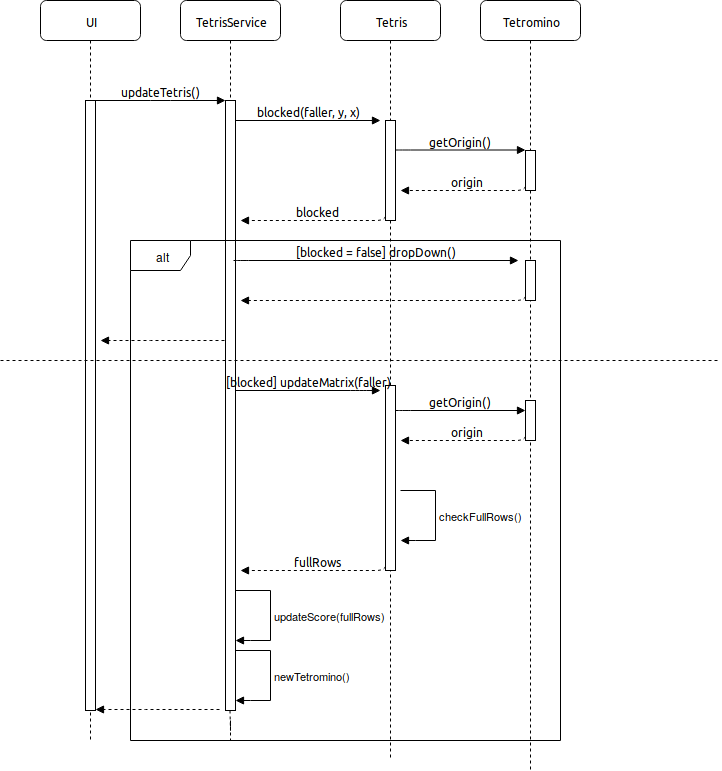
Earlier version of the draw.io export dokumentaatio/kuvat/sekvenssi1.png (Malpel/ot-harjoitustyo). Source tidied: cells renumbered, new cells last; positions are measured from the earlier drawing's top-left corner, leaving out a move shared by most shapes.
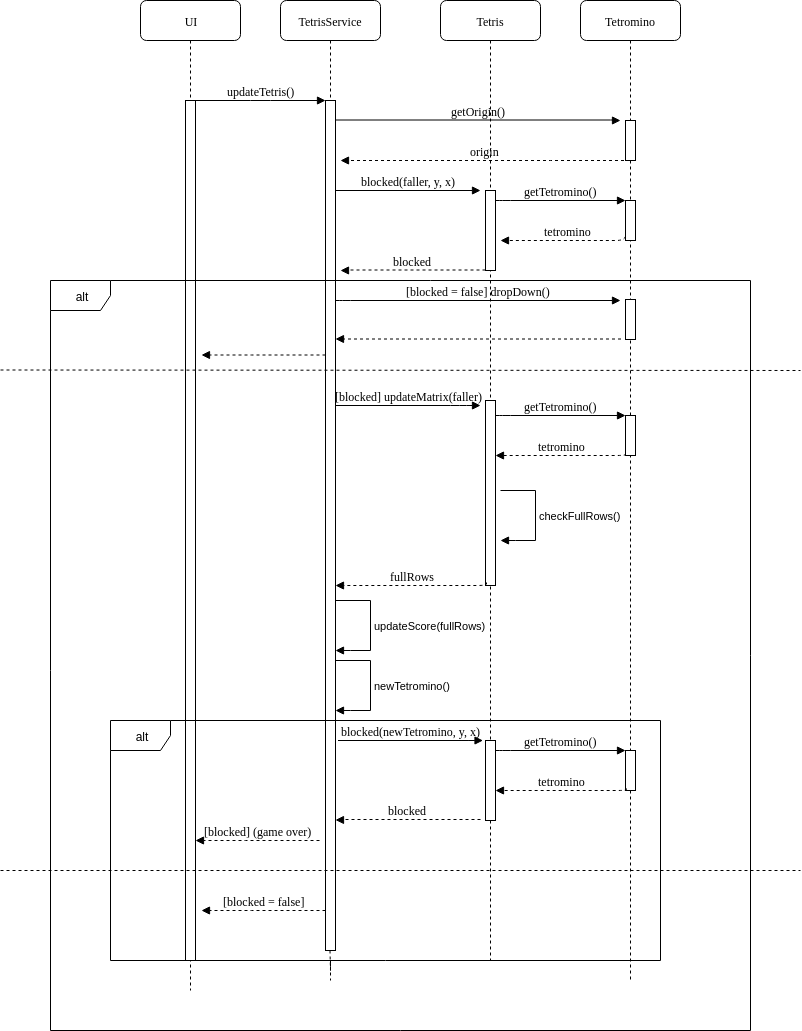
Later version of the same file.

Diff of the diagram source:
```diff
@@ -6,3 +6,3 @@
       <mxGeometry relative="1" as="geometry">
-        <mxPoint x="230" y="740" as="targetPoint" />
+        <mxPoint x="230" y="980" as="targetPoint" />
       </mxGeometry>
@@ -10,30 +10,24 @@
     <mxCell id="3" value="TetrisService" style="shape=umlLifeline;perimeter=lifelinePerimeter;whiteSpace=wrap;html=1;outlineConnect=0;rounded=1;shadow=0;comic=0;labelBackgroundColor=none;strokeColor=#000000;strokeWidth=1;fillColor=#FFFFFF;fontFamily=Verdana;fontSize=12;fontColor=#000000;align=center;" parent="1" vertex="1">
-      <mxGeometry x="180" width="100" height="710" as="geometry" />
+      <mxGeometry x="180" width="100" height="950" as="geometry" />
     </mxCell>
     <mxCell id="4" style="html=1;points=[];perimeter=orthogonalPerimeter;rounded=0;shadow=0;comic=0;labelBackgroundColor=none;strokeColor=#000000;strokeWidth=1;fillColor=#FFFFFF;fontFamily=Verdana;fontSize=12;fontColor=#000000;align=center;" parent="3" vertex="1">
-      <mxGeometry x="45" y="100" width="10" height="610" as="geometry" />
+      <mxGeometry x="45" y="100" width="10" height="850" as="geometry" />
     </mxCell>
-    <mxCell id="5" style="html=1;verticalAlign=bottom;endArrow=block;labelBackgroundColor=none;fontFamily=Verdana;fontSize=12;edgeStyle=elbowEdgeStyle;elbow=vertical;dashed=1;" parent="3" edge="1">
-      <mxGeometry relative="1" as="geometry">
-        <mxPoint x="44" y="340" as="sourcePoint" />
-        <mxPoint x="-80" y="340" as="targetPoint" />
-        <Array as="points">
-          <mxPoint x="-20" y="340" />
-        </Array>
-      </mxGeometry>
-    </mxCell>
     <mxCell id="6" value="Tetris" style="shape=umlLifeline;perimeter=lifelinePerimeter;whiteSpace=wrap;html=1;rounded=1;shadow=0;comic=0;labelBackgroundColor=none;strokeColor=#000000;strokeWidth=1;fillColor=#FFFFFF;fontFamily=Verdana;fontSize=12;fontColor=#000000;align=center;" parent="1" vertex="1">
-      <mxGeometry x="340" width="100" height="760" as="geometry" />
+      <mxGeometry x="340" width="100" height="960" as="geometry" />
     </mxCell>
+    <mxCell id="8" style="html=1;points=[];perimeter=orthogonalPerimeter;rounded=0;shadow=0;comic=0;labelBackgroundColor=none;strokeColor=#000000;strokeWidth=1;fillColor=#FFFFFF;fontFamily=Verdana;fontSize=12;fontColor=#000000;align=center;" parent="6" vertex="1">
+      <mxGeometry x="45" y="400" width="10" height="185" as="geometry" />
+    </mxCell>
     <mxCell id="7" style="html=1;perimeter=orthogonalPerimeter;rounded=0;shadow=0;comic=0;labelBackgroundColor=none;strokeColor=#000000;strokeWidth=1;fillColor=#FFFFFF;fontFamily=Verdana;fontSize=12;fontColor=#000000;align=center;" parent="6" vertex="1">
-      <mxGeometry x="45" y="120" width="10" height="100" as="geometry" />
+      <mxGeometry x="45" y="190" width="10" height="80" as="geometry" />
     </mxCell>
-    <mxCell id="8" style="html=1;points=[];perimeter=orthogonalPerimeter;rounded=0;shadow=0;comic=0;labelBackgroundColor=none;strokeColor=#000000;strokeWidth=1;fillColor=#FFFFFF;fontFamily=Verdana;fontSize=12;fontColor=#000000;align=center;" parent="6" vertex="1">
-      <mxGeometry x="45" y="385" width="10" height="185" as="geometry" />
-    </mxCell>
+    <mxCell id="32" style="html=1;perimeter=orthogonalPerimeter;rounded=0;shadow=0;comic=0;labelBackgroundColor=none;strokeColor=#000000;strokeWidth=1;fillColor=#FFFFFF;fontFamily=Verdana;fontSize=12;fontColor=#000000;align=center;" parent="6" vertex="1">
+      <mxGeometry x="45" y="740" width="10" height="80" as="geometry" />
+    </mxCell>
     <mxCell id="9" value="UI" style="shape=umlLifeline;perimeter=lifelinePerimeter;whiteSpace=wrap;html=1;rounded=1;shadow=0;comic=0;labelBackgroundColor=none;strokeColor=#000000;strokeWidth=1;fillColor=#FFFFFF;fontFamily=Verdana;fontSize=12;fontColor=#000000;align=center;" parent="1" vertex="1">
-      <mxGeometry x="40" width="100" height="740" as="geometry" />
+      <mxGeometry x="40" width="100" height="990" as="geometry" />
     </mxCell>
     <mxCell id="10" style="html=1;points=[];perimeter=orthogonalPerimeter;rounded=0;shadow=0;comic=0;labelBackgroundColor=none;strokeColor=#000000;strokeWidth=1;fillColor=#FFFFFF;fontFamily=Verdana;fontSize=12;fontColor=#000000;align=center;" parent="9" vertex="1">
-      <mxGeometry x="45" y="100" width="10" height="610" as="geometry" />
+      <mxGeometry x="45" y="100" width="10" height="860" as="geometry" />
     </mxCell>
@@ -44,4 +38,4 @@
       <mxGeometry relative="1" as="geometry">
-        <mxPoint x="235" y="120" as="sourcePoint" />
-        <mxPoint x="380" y="120" as="targetPoint" />
+        <mxPoint x="235" y="190" as="sourcePoint" />
+        <mxPoint x="380" y="190" as="targetPoint" />
       </mxGeometry>
@@ -50,6 +44,6 @@
       <mxGeometry relative="1" as="geometry">
-        <mxPoint x="395" y="149.5" as="sourcePoint" />
-        <mxPoint x="525" y="149.5" as="targetPoint" />
+        <mxPoint x="235" y="119.5" as="sourcePoint" />
+        <mxPoint x="520" y="120" as="targetPoint" />
         <Array as="points">
-          <mxPoint x="400" y="149.5" />
+          <mxPoint x="240" y="119.5" />
         </Array>
@@ -58,19 +52,27 @@
     <mxCell id="14" value="Tetromino" style="shape=umlLifeline;perimeter=lifelinePerimeter;whiteSpace=wrap;html=1;outlineConnect=0;rounded=1;shadow=0;comic=0;labelBackgroundColor=none;strokeColor=#000000;strokeWidth=1;fillColor=#FFFFFF;fontFamily=Verdana;fontSize=12;fontColor=#000000;align=center;" parent="1" vertex="1">
-      <mxGeometry x="480" width="100" height="770" as="geometry" />
+      <mxGeometry x="480" width="100" height="980" as="geometry" />
     </mxCell>
     <mxCell id="15" style="html=1;perimeter=orthogonalPerimeter;rounded=0;shadow=0;comic=0;labelBackgroundColor=none;strokeColor=#000000;strokeWidth=1;fillColor=#FFFFFF;fontFamily=Verdana;fontSize=12;fontColor=#000000;align=center;" parent="14" vertex="1">
-      <mxGeometry x="45" y="150" width="10" height="40" as="geometry" />
+      <mxGeometry x="45" y="200" width="10" height="40" as="geometry" />
     </mxCell>
+    <mxCell id="17" style="html=1;points=[];perimeter=orthogonalPerimeter;rounded=0;shadow=0;comic=0;labelBackgroundColor=none;strokeColor=#000000;strokeWidth=1;fillColor=#FFFFFF;fontFamily=Verdana;fontSize=12;fontColor=#000000;align=center;" parent="14" vertex="1">
+      <mxGeometry x="45" y="415" width="10" height="40" as="geometry" />
+    </mxCell>
+    <mxCell id="33" style="html=1;perimeter=orthogonalPerimeter;rounded=0;shadow=0;comic=0;labelBackgroundColor=none;strokeColor=#000000;strokeWidth=1;fillColor=#FFFFFF;fontFamily=Verdana;fontSize=12;fontColor=#000000;align=center;" parent="14" vertex="1">
+      <mxGeometry x="45" y="120" width="10" height="40" as="geometry" />
+    </mxCell>
     <mxCell id="16" style="html=1;perimeter=orthogonalPerimeter;rounded=0;shadow=0;comic=0;labelBackgroundColor=none;strokeColor=#000000;strokeWidth=1;fillColor=#FFFFFF;fontFamily=Verdana;fontSize=12;fontColor=#000000;align=center;" parent="14" vertex="1">
-      <mxGeometry x="45" y="260" width="10" height="40" as="geometry" />
+      <mxGeometry x="45" y="299" width="10" height="40" as="geometry" />
     </mxCell>
-    <mxCell id="17" style="html=1;points=[];perimeter=orthogonalPerimeter;rounded=0;shadow=0;comic=0;labelBackgroundColor=none;strokeColor=#000000;strokeWidth=1;fillColor=#FFFFFF;fontFamily=Verdana;fontSize=12;fontColor=#000000;align=center;" parent="14" vertex="1">
-      <mxGeometry x="45" y="400" width="10" height="40" as="geometry" />
-    </mxCell>
+    <mxCell id="34" style="html=1;points=[];perimeter=orthogonalPerimeter;rounded=0;shadow=0;comic=0;labelBackgroundColor=none;strokeColor=#000000;strokeWidth=1;fillColor=#FFFFFF;fontFamily=Verdana;fontSize=12;fontColor=#000000;align=center;" parent="14" vertex="1">
+      <mxGeometry x="45" y="750" width="10" height="40" as="geometry" />
+    </mxCell>
-    <mxCell id="18" value="origin" style="html=1;verticalAlign=bottom;endArrow=block;labelBackgroundColor=none;fontFamily=Verdana;fontSize=12;edgeStyle=elbowEdgeStyle;elbow=vertical;dashed=1;" parent="1" edge="1">
+    <mxCell id="18" value="origin" style="html=1;verticalAlign=bottom;endArrow=block;labelBackgroundColor=none;fontFamily=Verdana;fontSize=12;edgeStyle=elbowEdgeStyle;elbow=vertical;dashed=1;" parent="1" edge="1" source="14">
       <mxGeometry relative="1" as="geometry">
-        <mxPoint x="525" y="180" as="sourcePoint" />
-        <mxPoint x="400" y="190" as="targetPoint" />
+        <mxPoint x="240" y="160" as="targetPoint" />
         <Array as="points">
-          <mxPoint x="310" y="190" />
+          <mxPoint x="440" y="160" />
+          <mxPoint x="460" y="160" />
+          <mxPoint x="440" y="160" />
+          <mxPoint x="250" y="165" />
         </Array>
@@ -80,6 +82,6 @@
       <mxGeometry relative="1" as="geometry">
-        <mxPoint x="385" y="210" as="sourcePoint" />
-        <mxPoint x="240" y="220" as="targetPoint" />
+        <mxPoint x="385" y="269.5" as="sourcePoint" />
+        <mxPoint x="240" y="270" as="targetPoint" />
         <Array as="points">
-          <mxPoint x="170" y="220" />
+          <mxPoint x="170" y="269.5" />
         </Array>
@@ -89,6 +91,6 @@
       <mxGeometry relative="1" as="geometry">
-        <mxPoint x="233" y="260" as="sourcePoint" />
-        <mxPoint x="518" y="260" as="targetPoint" />
+        <mxPoint x="235" y="300" as="sourcePoint" />
+        <mxPoint x="520" y="300" as="targetPoint" />
         <Array as="points">
-          <mxPoint x="238" y="260" />
+          <mxPoint x="240" y="300" />
         </Array>
@@ -98,6 +100,6 @@
       <mxGeometry relative="1" as="geometry">
-        <mxPoint x="525" y="290" as="sourcePoint" />
-        <mxPoint x="240" y="300" as="targetPoint" />
+        <mxPoint x="520.5" y="338.5" as="sourcePoint" />
+        <mxPoint x="235" y="338.5" as="targetPoint" />
         <Array as="points">
-          <mxPoint x="310" y="300" />
+          <mxPoint x="305" y="338.5" />
         </Array>
@@ -106,3 +108,3 @@
     <mxCell id="22" value="alt" style="shape=umlFrame;whiteSpace=wrap;html=1;" parent="1" vertex="1">
-      <mxGeometry x="130" y="240" width="430" height="500" as="geometry" />
+      <mxGeometry x="-50" y="280" width="700" height="750" as="geometry" />
     </mxCell>
@@ -110,8 +112,8 @@
       <mxGeometry relative="1" as="geometry">
-        <mxPoint x="235" y="390" as="sourcePoint" />
-        <mxPoint x="380" y="390" as="targetPoint" />
+        <mxPoint x="235" y="405" as="sourcePoint" />
+        <mxPoint x="380" y="405" as="targetPoint" />
         <Array as="points">
-          <mxPoint x="360" y="390" />
-          <mxPoint x="320" y="410" />
-          <mxPoint x="240" y="360" />
+          <mxPoint x="360" y="405" />
+          <mxPoint x="320" y="425" />
+          <mxPoint x="240" y="375" />
         </Array>
@@ -119,20 +121,2 @@
     </mxCell>
-    <mxCell id="24" value="getOrigin()" style="html=1;verticalAlign=bottom;endArrow=block;labelBackgroundColor=none;fontFamily=Verdana;fontSize=12;edgeStyle=elbowEdgeStyle;elbow=vertical;" parent="1" edge="1">
-      <mxGeometry relative="1" as="geometry">
-        <mxPoint x="395" y="410" as="sourcePoint" />
-        <mxPoint x="525" y="410" as="targetPoint" />
-        <Array as="points">
-          <mxPoint x="400" y="410" />
-        </Array>
-      </mxGeometry>
-    </mxCell>
-    <mxCell id="25" value="origin" style="html=1;verticalAlign=bottom;endArrow=block;labelBackgroundColor=none;fontFamily=Verdana;fontSize=12;edgeStyle=elbowEdgeStyle;elbow=vertical;dashed=1;" parent="1" edge="1">
-      <mxGeometry relative="1" as="geometry">
-        <mxPoint x="525" y="430" as="sourcePoint" />
-        <mxPoint x="400" y="440" as="targetPoint" />
-        <Array as="points">
-          <mxPoint x="310" y="440" />
-        </Array>
-      </mxGeometry>
-    </mxCell>
     <mxCell id="26" value="checkFullRows()" style="edgeStyle=orthogonalEdgeStyle;html=1;align=left;spacingLeft=2;endArrow=block;rounded=0;" parent="1" edge="1">
@@ -148,8 +132,7 @@
     </mxCell>
-    <mxCell id="27" value="fullRows" style="html=1;verticalAlign=bottom;endArrow=block;labelBackgroundColor=none;fontFamily=Verdana;fontSize=12;edgeStyle=elbowEdgeStyle;elbow=vertical;dashed=1;" parent="1" edge="1">
+    <mxCell id="27" value="fullRows" style="html=1;verticalAlign=bottom;endArrow=block;labelBackgroundColor=none;fontFamily=Verdana;fontSize=12;edgeStyle=elbowEdgeStyle;elbow=vertical;dashed=1;exitX=0.1;exitY=0.984;exitDx=0;exitDy=0;exitPerimeter=0;" parent="1" edge="1" source="8">
       <mxGeometry relative="1" as="geometry">
-        <mxPoint x="385" y="560" as="sourcePoint" />
-        <mxPoint x="240" y="570" as="targetPoint" />
+        <mxPoint x="235" y="585" as="targetPoint" />
         <Array as="points">
-          <mxPoint x="170" y="570" />
+          <mxPoint x="165" y="585" />
         </Array>
@@ -159,8 +142,8 @@
       <mxGeometry relative="1" as="geometry">
-        <mxPoint x="235" y="590" as="sourcePoint" />
-        <mxPoint x="235" y="640" as="targetPoint" />
+        <mxPoint x="235" y="600" as="sourcePoint" />
+        <mxPoint x="235" y="650" as="targetPoint" />
         <Array as="points">
-          <mxPoint x="270" y="590" />
-          <mxPoint x="270" y="640" />
-          <mxPoint x="250" y="640" />
+          <mxPoint x="270" y="600" />
+          <mxPoint x="270" y="650" />
+          <mxPoint x="250" y="650" />
         </Array>
@@ -170,8 +153,8 @@
       <mxGeometry relative="1" as="geometry">
-        <mxPoint x="235" y="650" as="sourcePoint" />
-        <mxPoint x="235" y="700" as="targetPoint" />
+        <mxPoint x="235" y="660" as="sourcePoint" />
+        <mxPoint x="235" y="710" as="targetPoint" />
         <Array as="points">
-          <mxPoint x="270" y="650" />
-          <mxPoint x="270" y="700" />
-          <mxPoint x="250" y="700" />
+          <mxPoint x="270" y="660" />
+          <mxPoint x="270" y="710" />
+          <mxPoint x="250" y="710" />
         </Array>
@@ -179,8 +162,8 @@
     </mxCell>
-    <mxCell id="30" style="html=1;verticalAlign=bottom;endArrow=block;labelBackgroundColor=none;fontFamily=Verdana;fontSize=12;edgeStyle=elbowEdgeStyle;elbow=vertical;dashed=1;" parent="1" edge="1">
+    <mxCell id="30" value="[blocked] (game over)" style="html=1;verticalAlign=bottom;endArrow=block;labelBackgroundColor=none;fontFamily=Verdana;fontSize=12;edgeStyle=elbowEdgeStyle;elbow=vertical;dashed=1;" parent="1" edge="1">
       <mxGeometry relative="1" as="geometry">
-        <mxPoint x="219" y="709" as="sourcePoint" />
-        <mxPoint x="95" y="709" as="targetPoint" />
+        <mxPoint x="219" y="840" as="sourcePoint" />
+        <mxPoint x="95" y="840" as="targetPoint" />
         <Array as="points">
-          <mxPoint x="155" y="709" />
+          <mxPoint x="155" y="840" />
         </Array>
@@ -190,6 +173,105 @@
       <mxGeometry relative="1" as="geometry">
-        <mxPoint y="360" as="sourcePoint" />
-        <mxPoint x="720" y="360" as="targetPoint" />
+        <mxPoint x="-100" y="369.5" as="sourcePoint" />
+        <mxPoint x="700" y="370" as="targetPoint" />
       </mxGeometry>
     </mxCell>
+    <mxCell id="35" value="getTetromino()" style="html=1;verticalAlign=bottom;endArrow=block;labelBackgroundColor=none;fontFamily=Verdana;fontSize=12;edgeStyle=elbowEdgeStyle;elbow=vertical;" parent="1" edge="1">
+      <mxGeometry relative="1" as="geometry">
+        <mxPoint x="395" y="200" as="sourcePoint" />
+        <mxPoint x="525" y="200" as="targetPoint" />
+        <Array as="points">
+          <mxPoint x="400" y="200" />
+        </Array>
+      </mxGeometry>
+    </mxCell>
+    <mxCell id="36" value="tetromino" style="html=1;verticalAlign=bottom;endArrow=block;labelBackgroundColor=none;fontFamily=Verdana;fontSize=12;edgeStyle=elbowEdgeStyle;elbow=vertical;dashed=1;" parent="1" edge="1">
+      <mxGeometry relative="1" as="geometry">
+        <mxPoint x="525" y="230" as="sourcePoint" />
+        <mxPoint x="400" y="240" as="targetPoint" />
+        <Array as="points">
+          <mxPoint x="310" y="240" />
+        </Array>
+      </mxGeometry>
+    </mxCell>
+    <mxCell id="5" style="html=1;verticalAlign=bottom;endArrow=block;labelBackgroundColor=none;fontFamily=Verdana;fontSize=12;edgeStyle=elbowEdgeStyle;elbow=vertical;dashed=1;" parent="1" edge="1">
+      <mxGeometry relative="1" as="geometry">
+        <mxPoint x="225" y="354.5" as="sourcePoint" />
+        <mxPoint x="101" y="354.5" as="targetPoint" />
+        <Array as="points">
+          <mxPoint x="161" y="354.5" />
+        </Array>
+      </mxGeometry>
+    </mxCell>
+    <mxCell id="37" value="getTetromino()" style="html=1;verticalAlign=bottom;endArrow=block;labelBackgroundColor=none;fontFamily=Verdana;fontSize=12;edgeStyle=elbowEdgeStyle;elbow=vertical;" parent="1" edge="1">
+      <mxGeometry relative="1" as="geometry">
+        <mxPoint x="395" y="415" as="sourcePoint" />
+        <mxPoint x="525" y="415" as="targetPoint" />
+        <Array as="points">
+          <mxPoint x="400" y="415" />
+        </Array>
+      </mxGeometry>
+    </mxCell>
+    <mxCell id="38" value="tetromino" style="html=1;verticalAlign=bottom;endArrow=block;labelBackgroundColor=none;fontFamily=Verdana;fontSize=12;edgeStyle=elbowEdgeStyle;elbow=vertical;dashed=1;exitX=0;exitY=0.95;exitDx=0;exitDy=0;exitPerimeter=0;" parent="1" edge="1" source="17">
+      <mxGeometry relative="1" as="geometry">
+        <mxPoint x="395" y="455" as="targetPoint" />
+        <Array as="points">
+          <mxPoint x="305" y="455" />
+        </Array>
+      </mxGeometry>
+    </mxCell>
+    <mxCell id="39" value="blocked(newTetromino, y, x)" style="html=1;verticalAlign=bottom;endArrow=block;labelBackgroundColor=none;fontFamily=Verdana;fontSize=12;edgeStyle=elbowEdgeStyle;elbow=vertical;" parent="1" edge="1">
+      <mxGeometry relative="1" as="geometry">
+        <mxPoint x="237.5" y="740" as="sourcePoint" />
+        <mxPoint x="382.5" y="740" as="targetPoint" />
+        <Array as="points">
+          <mxPoint x="362.5" y="740" />
+          <mxPoint x="322.5" y="760" />
+          <mxPoint x="242.5" y="710" />
+        </Array>
+      </mxGeometry>
+    </mxCell>
+    <mxCell id="40" value="getTetromino()" style="html=1;verticalAlign=bottom;endArrow=block;labelBackgroundColor=none;fontFamily=Verdana;fontSize=12;edgeStyle=elbowEdgeStyle;elbow=vertical;" parent="1" edge="1">
+      <mxGeometry relative="1" as="geometry">
+        <mxPoint x="395" y="750" as="sourcePoint" />
+        <mxPoint x="525" y="750" as="targetPoint" />
+        <Array as="points">
+          <mxPoint x="400" y="750" />
+        </Array>
+      </mxGeometry>
+    </mxCell>
+    <mxCell id="41" value="tetromino" style="html=1;verticalAlign=bottom;endArrow=block;labelBackgroundColor=none;fontFamily=Verdana;fontSize=12;edgeStyle=elbowEdgeStyle;elbow=vertical;dashed=1;exitX=0.1;exitY=0.95;exitDx=0;exitDy=0;exitPerimeter=0;" parent="1" edge="1" source="34">
+      <mxGeometry relative="1" as="geometry">
+        <mxPoint x="395" y="790" as="targetPoint" />
+        <Array as="points">
+          <mxPoint x="305" y="790" />
+        </Array>
+      </mxGeometry>
+    </mxCell>
+    <mxCell id="42" value="blocked" style="html=1;verticalAlign=bottom;endArrow=block;labelBackgroundColor=none;fontFamily=Verdana;fontSize=12;edgeStyle=elbowEdgeStyle;elbow=vertical;dashed=1;" parent="1" edge="1">
+      <mxGeometry relative="1" as="geometry">
+        <mxPoint x="380" y="819" as="sourcePoint" />
+        <mxPoint x="235" y="819.5" as="targetPoint" />
+        <Array as="points">
+          <mxPoint x="165" y="819" />
+        </Array>
+      </mxGeometry>
+    </mxCell>
+    <mxCell id="43" value="alt" style="shape=umlFrame;whiteSpace=wrap;html=1;" parent="1" vertex="1">
+      <mxGeometry x="10" y="720" width="550" height="240" as="geometry" />
+    </mxCell>
+    <mxCell id="44" style="endArrow=none;dashed=1;html=1;" parent="1" edge="1">
+      <mxGeometry relative="1" as="geometry">
+        <mxPoint x="-100" y="870" as="sourcePoint" />
+        <mxPoint x="700" y="870" as="targetPoint" />
+      </mxGeometry>
+    </mxCell>
+    <mxCell id="45" value="[blocked = false]" style="html=1;verticalAlign=bottom;endArrow=block;labelBackgroundColor=none;fontFamily=Verdana;fontSize=12;edgeStyle=elbowEdgeStyle;elbow=vertical;dashed=1;" parent="1" edge="1">
+      <mxGeometry relative="1" as="geometry">
+        <mxPoint x="225" y="910" as="sourcePoint" />
+        <mxPoint x="101" y="910" as="targetPoint" />
+        <Array as="points">
+          <mxPoint x="161" y="910" />
+        </Array>
+      </mxGeometry>
+    </mxCell>
   </root>
```
